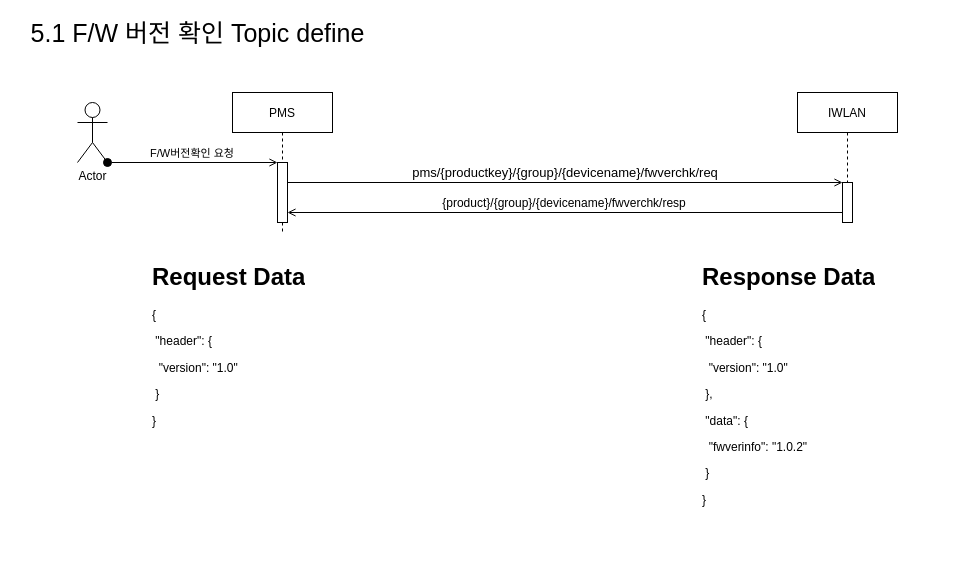
Before: page "5.1 F/W 버전 확인 Topic define" (1 of 2) of s-project-ota.drawio in carnavi-jskim/draw.io, a draw.io diagram. Source tidied: cells renumbered, new cells numbered last; positions are measured from the earlier drawing's top-left corner, leaving out a move shared by most shapes. Both pictures are drawn from the tidied source at 100%, with x=0, y=0 at pixel (17, 22).
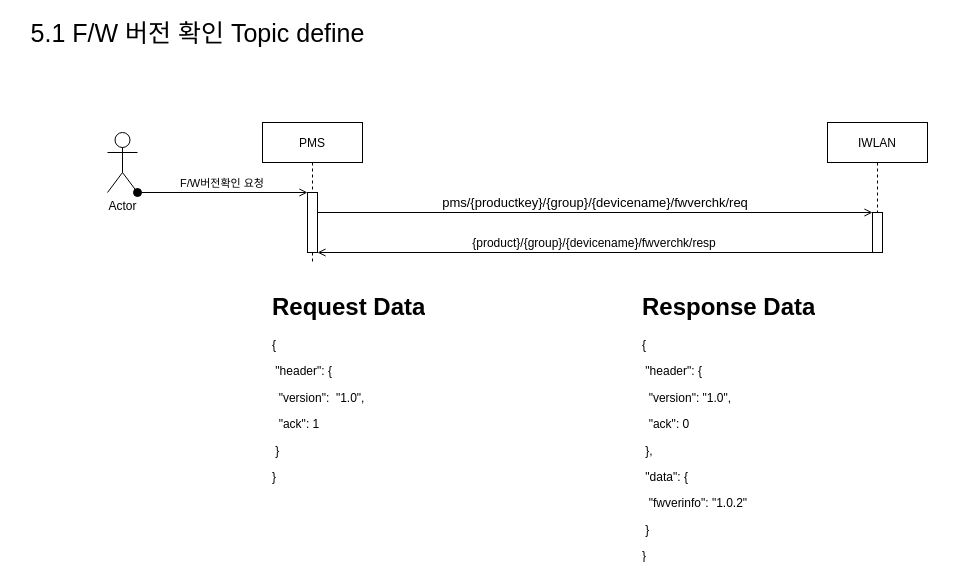
The same page after the edit.

Change to the diagram source:
```diff
@@
 <mxGraphModel>
   <root>
     <mxCell id="0" />
     <mxCell id="1" parent="0" />
     <mxCell id="2" value="PMS" style="shape=umlLifeline;perimeter=lifelinePerimeter;rounded=0;shadow=0;strokeWidth=1;" parent="1" vertex="1">
-      <mxGeometry x="215" y="70" width="100" height="140" as="geometry" />
+      <mxGeometry x="245" y="100" width="100" height="140" as="geometry" />
     </mxCell>
     <mxCell id="3" style="points=[];perimeter=orthogonalPerimeter;rounded=0;shadow=0;strokeWidth=1;" parent="2" vertex="1">
       <mxGeometry x="45" y="70" width="10" height="60" as="geometry" />
     </mxCell>
     <mxCell id="4" value="pms/{productkey}/{group}/{devicename}/fwverchk/req" style="verticalAlign=bottom;endArrow=open;entryX=0;entryY=0;shadow=0;strokeWidth=1;fontSize=13;fontStyle=0;endFill=0;" parent="1" edge="1">
       <mxGeometry relative="1" as="geometry">
-        <mxPoint x="270" y="160" as="sourcePoint" />
-        <mxPoint x="825" y="160" as="targetPoint" />
+        <mxPoint x="300" y="190" as="sourcePoint" />
+        <mxPoint x="855" y="190" as="targetPoint" />
       </mxGeometry>
     </mxCell>
-    <mxCell id="5" value="{product}/{group}/{devicename}/fwverchk/resp" style="verticalAlign=bottom;endArrow=open;entryX=1;entryY=0;shadow=0;strokeWidth=1;fontSize=12;endFill=0;" parent="1" edge="1" source="10">
+    <mxCell id="5" value="{product}/{group}/{devicename}/fwverchk/resp" style="verticalAlign=bottom;endArrow=open;entryX=1;entryY=0;shadow=0;strokeWidth=1;fontSize=12;endFill=0;" parent="1" edge="1">
       <mxGeometry relative="1" as="geometry">
-        <mxPoint x="270" y="190" as="targetPoint" />
+        <mxPoint x="855" y="230" as="sourcePoint" />
+        <mxPoint x="300" y="230" as="targetPoint" />
       </mxGeometry>
     </mxCell>
     <mxCell id="6" value="Actor" style="shape=umlActor;verticalLabelPosition=bottom;verticalAlign=top;html=1;outlineConnect=0;" parent="1" vertex="1">
-      <mxGeometry x="60" y="80" width="30" height="60" as="geometry" />
+      <mxGeometry x="90" y="110" width="30" height="60" as="geometry" />
     </mxCell>
     <mxCell id="7" value="F/W버전확인 요청" style="verticalAlign=bottom;startArrow=oval;endArrow=open;startSize=8;shadow=0;strokeWidth=1;exitX=1;exitY=1;exitDx=0;exitDy=0;exitPerimeter=0;endFill=0;" parent="1" edge="1" source="6" target="3">
       <mxGeometry relative="1" as="geometry" />
     </mxCell>
     <mxCell id="8" value="&lt;font style=&quot;font-size: 25px&quot;&gt;5.1 F/W 버전 확인 Topic define&lt;/font&gt;" style="text;html=1;align=center;verticalAlign=middle;strokeColor=none;" parent="1" vertex="1">
       <mxGeometry width="360" height="20" as="geometry" />
     </mxCell>
     <mxCell id="9" value="IWLAN" style="shape=umlLifeline;perimeter=lifelinePerimeter;rounded=0;shadow=0;strokeWidth=1;" parent="1" vertex="1">
-      <mxGeometry x="780" y="70" width="100" height="130" as="geometry" />
+      <mxGeometry x="810" y="100" width="100" height="130" as="geometry" />
     </mxCell>
     <mxCell id="10" style="points=[];perimeter=orthogonalPerimeter;rounded=0;shadow=0;strokeWidth=1;" parent="9" vertex="1">
       <mxGeometry x="45" y="90" width="10" height="40" as="geometry" />
     </mxCell>
-    <mxCell id="11" value="&lt;h1&gt;Request Data&lt;/h1&gt;&lt;p&gt;{&lt;/p&gt;&lt;p&gt;&lt;span&gt; &lt;/span&gt;&lt;span&gt; &lt;/span&gt;&lt;span style=&quot;white-space: pre&quot;&gt; &lt;/span&gt;&quot;header&quot;: {&lt;/p&gt;&lt;p&gt;&lt;span&gt;  &lt;/span&gt;&lt;span&gt; &lt;/span&gt;&lt;span&gt; &lt;/span&gt;&lt;span style=&quot;white-space: pre&quot;&gt; &lt;/span&gt;&lt;span style=&quot;white-space: pre&quot;&gt; &lt;/span&gt;&quot;version&quot;: &quot;1.0&quot;&lt;/p&gt;&lt;p&gt;&lt;span&gt; &lt;/span&gt;&lt;span&gt; &lt;/span&gt;&lt;span style=&quot;white-space: pre&quot;&gt; &lt;/span&gt;}&lt;/p&gt;&lt;p&gt;}&lt;/p&gt;" style="text;html=1;strokeColor=none;fillColor=none;spacing=5;spacingTop=-20;whiteSpace=wrap;overflow=hidden;rounded=0;fontSize=12;" parent="1" vertex="1">
-      <mxGeometry x="130" y="235" width="230" height="185" as="geometry" />
+    <mxCell id="11" value="&lt;h1&gt;Request Data&lt;/h1&gt;&lt;p&gt;{&lt;/p&gt;&lt;p&gt;&lt;span&gt; &lt;/span&gt;&lt;span&gt; &lt;/span&gt;&lt;span style=&quot;white-space: pre&quot;&gt; &lt;/span&gt;&quot;header&quot;: {&lt;/p&gt;&lt;p&gt;&lt;span&gt;  &lt;/span&gt;&lt;span&gt; &lt;/span&gt;&lt;span&gt; &lt;/span&gt;&lt;span style=&quot;white-space: pre&quot;&gt; &lt;/span&gt;&lt;span style=&quot;white-space: pre&quot;&gt; &lt;/span&gt;&quot;version&quot;:&amp;nbsp; &quot;1.0&quot;,&lt;/p&gt;&lt;p&gt;&lt;span style=&quot;white-space: pre&quot;&gt; &lt;/span&gt;&lt;span style=&quot;white-space: pre&quot;&gt; &lt;/span&gt;&quot;ack&quot;: 1&lt;br&gt;&lt;/p&gt;&lt;p&gt;&lt;span&gt; &lt;/span&gt;&lt;span&gt; &lt;/span&gt;&lt;span style=&quot;white-space: pre&quot;&gt; &lt;/span&gt;}&lt;/p&gt;&lt;p&gt;}&lt;/p&gt;" style="text;html=1;strokeColor=none;fillColor=none;spacing=5;spacingTop=-20;whiteSpace=wrap;overflow=hidden;rounded=0;fontSize=12;" parent="1" vertex="1">
+      <mxGeometry x="250" y="265" width="230" height="205" as="geometry" />
     </mxCell>
-    <mxCell id="12" value="&lt;h1&gt;Response Data&lt;/h1&gt;&lt;p&gt;&lt;/p&gt;&lt;span&gt;&lt;p&gt;{&lt;/p&gt;&lt;p&gt;&lt;span&gt;&lt;span style=&quot;white-space: pre&quot;&gt; &lt;/span&gt;&quot;header&quot;: {&lt;/span&gt;&lt;br&gt;&lt;/p&gt;&lt;p&gt;&lt;span&gt;&lt;span style=&quot;white-space: pre&quot;&gt; &lt;span style=&quot;white-space: pre&quot;&gt; &lt;/span&gt;&lt;/span&gt;&quot;version&quot;: &quot;1.0&quot;&lt;/span&gt;&lt;br&gt;&lt;/p&gt;&lt;p&gt;&lt;span&gt;&lt;span style=&quot;white-space: pre&quot;&gt; &lt;/span&gt;},&lt;/span&gt;&lt;br&gt;&lt;/p&gt;&lt;p&gt;&lt;span&gt;&lt;span style=&quot;white-space: pre&quot;&gt; &lt;/span&gt;&quot;data&quot;: {&lt;/span&gt;&lt;/p&gt;&lt;p&gt;&lt;span&gt;&lt;span style=&quot;white-space: pre&quot;&gt; &lt;span style=&quot;white-space: pre&quot;&gt; &lt;/span&gt;&quot;&lt;/span&gt;&lt;/span&gt;&lt;span&gt;fwverinfo&quot;: &quot;1.0.2&quot;&lt;/span&gt;&lt;/p&gt;&lt;p&gt;&lt;span&gt; &lt;/span&gt;&lt;span style=&quot;white-space: pre&quot;&gt; &lt;/span&gt;}&lt;/p&gt;&lt;p&gt;}&lt;/p&gt;&lt;/span&gt;" style="text;html=1;strokeColor=none;fillColor=none;spacing=5;spacingTop=-20;whiteSpace=wrap;overflow=hidden;rounded=0;fontSize=12;" parent="1" vertex="1">
-      <mxGeometry x="680" y="235" width="240" height="255" as="geometry" />
+    <mxCell id="12" value="&lt;h1&gt;Response Data&lt;/h1&gt;&lt;p&gt;&lt;/p&gt;&lt;span&gt;&lt;p&gt;{&lt;/p&gt;&lt;p&gt;&lt;span&gt;&lt;span style=&quot;white-space: pre&quot;&gt; &lt;/span&gt;&quot;header&quot;: {&lt;/span&gt;&lt;br&gt;&lt;/p&gt;&lt;p&gt;&lt;span&gt;&lt;span style=&quot;white-space: pre&quot;&gt; &lt;span style=&quot;white-space: pre&quot;&gt; &lt;/span&gt;&lt;/span&gt;&quot;version&quot;: &quot;1.0&quot;,&lt;/span&gt;&lt;br&gt;&lt;/p&gt;&lt;p&gt;&lt;span&gt;&lt;span style=&quot;white-space: pre&quot;&gt; &lt;/span&gt;&lt;span style=&quot;white-space: pre&quot;&gt; &lt;/span&gt;&quot;ack&quot;: 0&lt;br&gt;&lt;/span&gt;&lt;/p&gt;&lt;p&gt;&lt;span&gt;&lt;span style=&quot;white-space: pre&quot;&gt; &lt;/span&gt;},&lt;/span&gt;&lt;br&gt;&lt;/p&gt;&lt;p&gt;&lt;span&gt;&lt;span style=&quot;white-space: pre&quot;&gt; &lt;/span&gt;&quot;data&quot;: {&lt;/span&gt;&lt;/p&gt;&lt;p&gt;&lt;span&gt;&lt;span style=&quot;white-space: pre&quot;&gt; &lt;span style=&quot;white-space: pre&quot;&gt; &lt;/span&gt;&quot;&lt;/span&gt;&lt;/span&gt;&lt;span&gt;fwverinfo&quot;: &quot;1.0.2&quot;&lt;/span&gt;&lt;/p&gt;&lt;p&gt;&lt;span&gt; &lt;/span&gt;&lt;span style=&quot;white-space: pre&quot;&gt; &lt;/span&gt;}&lt;/p&gt;&lt;p&gt;}&lt;/p&gt;&lt;/span&gt;" style="text;html=1;strokeColor=none;fillColor=none;spacing=5;spacingTop=-20;whiteSpace=wrap;overflow=hidden;rounded=0;fontSize=12;" parent="1" vertex="1">
+      <mxGeometry x="620" y="265" width="240" height="275" as="geometry" />
     </mxCell>
   </root>
 </mxGraphModel>
```
